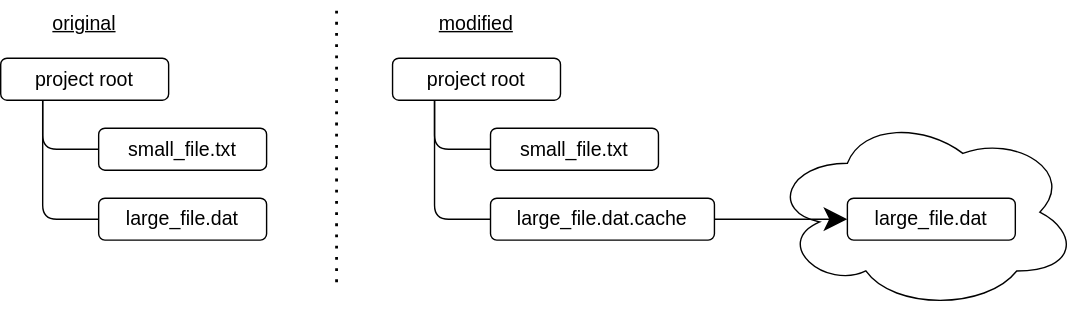
gvwilson/sdxpy keeps this draw.io diagram as docs/cache/cache_architecture.svg. Above is the earlier version. Source tidied: cells renumbered, new cells last; positions are measured from the earlier drawing's top-left corner, leaving out a move shared by most shapes.
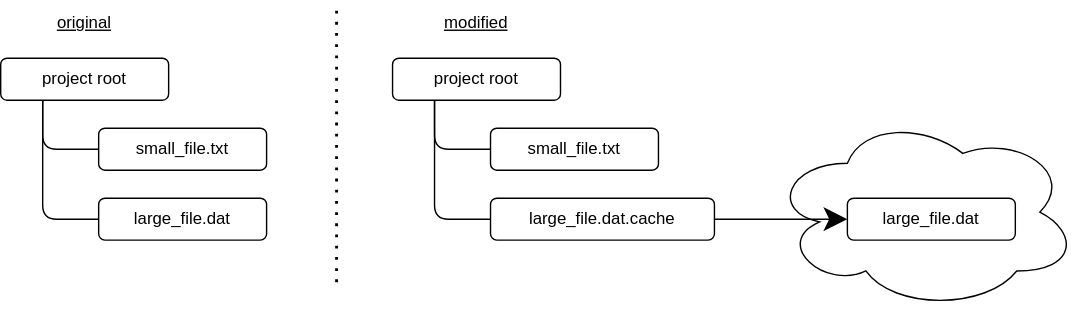
The same file after the commit.

Commit message:
tidying up diagrams and links

The edit, as a diff of the source:
```diff
@@ -2,71 +2,71 @@
   <root>
     <mxCell id="0" />
     <mxCell id="1" parent="0" />
-    <mxCell id="2" value="&lt;u style=&quot;font-size: 14px;&quot;&gt;original&lt;/u&gt;" style="text;html=1;strokeColor=none;fillColor=none;align=center;verticalAlign=middle;whiteSpace=wrap;rounded=0;hachureGap=4;fontFamily=Helvetica;fontSize=14;" parent="1" vertex="1">
+    <mxCell id="2" value="&lt;u style=&quot;font-size: 12px;&quot;&gt;original&lt;/u&gt;" style="text;html=1;strokeColor=none;fillColor=none;align=center;verticalAlign=middle;whiteSpace=wrap;rounded=0;hachureGap=4;fontFamily=Helvetica;fontSize=12;" parent="1" vertex="1">
       <mxGeometry x="25" width="70" height="30" as="geometry" />
     </mxCell>
-    <mxCell id="3" value="project root" style="rounded=1;whiteSpace=wrap;html=1;hachureGap=4;fontFamily=Helvetica;fontSize=14;fillColor=none;" parent="1" vertex="1">
+    <mxCell id="3" value="project root" style="rounded=1;whiteSpace=wrap;html=1;hachureGap=4;fontFamily=Helvetica;fontSize=12;fillColor=none;" parent="1" vertex="1">
       <mxGeometry y="40" width="120" height="30" as="geometry" />
     </mxCell>
-    <mxCell id="4" value="small_file.txt" style="rounded=1;whiteSpace=wrap;html=1;hachureGap=4;fontFamily=Helvetica;fontSize=14;fillColor=none;" parent="1" vertex="1">
+    <mxCell id="4" value="small_file.txt" style="rounded=1;whiteSpace=wrap;html=1;hachureGap=4;fontFamily=Helvetica;fontSize=12;fillColor=none;" parent="1" vertex="1">
       <mxGeometry x="70" y="90" width="120" height="30" as="geometry" />
     </mxCell>
-    <mxCell id="5" value="large_file.dat" style="rounded=1;whiteSpace=wrap;html=1;hachureGap=4;fontFamily=Helvetica;fontSize=14;fillColor=none;" parent="1" vertex="1">
+    <mxCell id="5" value="large_file.dat" style="rounded=1;whiteSpace=wrap;html=1;hachureGap=4;fontFamily=Helvetica;fontSize=12;fillColor=none;" parent="1" vertex="1">
       <mxGeometry x="70" y="140" width="120" height="30" as="geometry" />
     </mxCell>
-    <mxCell id="6" style="endArrow=none;html=1;rounded=1;hachureGap=4;fontFamily=Helvetica;fontSize=14;startSize=14;endSize=14;sourcePerimeterSpacing=8;targetPerimeterSpacing=8;entryX=0.25;entryY=1;entryDx=0;entryDy=0;exitX=0;exitY=0.5;exitDx=0;exitDy=0;" parent="1" edge="1" source="4" target="3">
+    <mxCell id="6" style="endArrow=none;html=1;rounded=1;hachureGap=4;fontFamily=Helvetica;fontSize=12;startSize=14;endSize=14;sourcePerimeterSpacing=8;targetPerimeterSpacing=8;entryX=0.25;entryY=1;entryDx=0;entryDy=0;exitX=0;exitY=0.5;exitDx=0;exitDy=0;" parent="1" edge="1" source="4" target="3">
       <mxGeometry relative="1" as="geometry">
         <Array as="points">
           <mxPoint x="30" y="105" />
         </Array>
       </mxGeometry>
     </mxCell>
-    <mxCell id="7" style="endArrow=none;html=1;rounded=1;hachureGap=4;fontFamily=Helvetica;fontSize=14;startSize=14;endSize=14;sourcePerimeterSpacing=8;targetPerimeterSpacing=8;entryX=0.25;entryY=1;entryDx=0;entryDy=0;exitX=0;exitY=0.5;exitDx=0;exitDy=0;" parent="1" edge="1" source="5" target="3">
+    <mxCell id="7" style="endArrow=none;html=1;rounded=1;hachureGap=4;fontFamily=Helvetica;fontSize=12;startSize=14;endSize=14;sourcePerimeterSpacing=8;targetPerimeterSpacing=8;entryX=0.25;entryY=1;entryDx=0;entryDy=0;exitX=0;exitY=0.5;exitDx=0;exitDy=0;" parent="1" edge="1" source="5" target="3">
       <mxGeometry relative="1" as="geometry">
         <Array as="points">
           <mxPoint x="30" y="155" />
         </Array>
       </mxGeometry>
     </mxCell>
-    <mxCell id="8" value="&lt;u style=&quot;font-size: 14px;&quot;&gt;modified&lt;/u&gt;" style="text;html=1;strokeColor=none;fillColor=none;align=center;verticalAlign=middle;whiteSpace=wrap;rounded=0;hachureGap=4;fontFamily=Helvetica;fontSize=14;" parent="1" vertex="1">
+    <mxCell id="8" value="&lt;u style=&quot;font-size: 12px;&quot;&gt;modified&lt;/u&gt;" style="text;html=1;strokeColor=none;fillColor=none;align=center;verticalAlign=middle;whiteSpace=wrap;rounded=0;hachureGap=4;fontFamily=Helvetica;fontSize=12;" parent="1" vertex="1">
       <mxGeometry x="305" width="70" height="30" as="geometry" />
     </mxCell>
-    <mxCell id="9" value="project root" style="rounded=1;whiteSpace=wrap;html=1;hachureGap=4;fontFamily=Helvetica;fontSize=14;fillColor=none;" parent="1" vertex="1">
+    <mxCell id="9" value="project root" style="rounded=1;whiteSpace=wrap;html=1;hachureGap=4;fontFamily=Helvetica;fontSize=12;fillColor=none;" parent="1" vertex="1">
       <mxGeometry x="280" y="40" width="120" height="30" as="geometry" />
     </mxCell>
-    <mxCell id="10" value="small_file.txt" style="rounded=1;whiteSpace=wrap;html=1;hachureGap=4;fontFamily=Helvetica;fontSize=14;fillColor=none;" parent="1" vertex="1">
+    <mxCell id="10" value="small_file.txt" style="rounded=1;whiteSpace=wrap;html=1;hachureGap=4;fontFamily=Helvetica;fontSize=12;fillColor=none;" parent="1" vertex="1">
       <mxGeometry x="350" y="90" width="120" height="30" as="geometry" />
     </mxCell>
-    <mxCell id="11" value="large_file.dat.cache" style="rounded=1;whiteSpace=wrap;html=1;hachureGap=4;fontFamily=Helvetica;fontSize=14;fillColor=none;" parent="1" vertex="1">
+    <mxCell id="11" value="large_file.dat.cache" style="rounded=1;whiteSpace=wrap;html=1;hachureGap=4;fontFamily=Helvetica;fontSize=12;fillColor=none;" parent="1" vertex="1">
       <mxGeometry x="350" y="140" width="160" height="30" as="geometry" />
     </mxCell>
-    <mxCell id="12" style="endArrow=none;html=1;rounded=1;hachureGap=4;fontFamily=Helvetica;fontSize=14;startSize=14;endSize=14;sourcePerimeterSpacing=8;targetPerimeterSpacing=8;entryX=0.25;entryY=1;entryDx=0;entryDy=0;exitX=0;exitY=0.5;exitDx=0;exitDy=0;" parent="1" edge="1" source="10" target="9">
+    <mxCell id="12" style="endArrow=none;html=1;rounded=1;hachureGap=4;fontFamily=Helvetica;fontSize=12;startSize=14;endSize=14;sourcePerimeterSpacing=8;targetPerimeterSpacing=8;entryX=0.25;entryY=1;entryDx=0;entryDy=0;exitX=0;exitY=0.5;exitDx=0;exitDy=0;" parent="1" edge="1" source="10" target="9">
       <mxGeometry relative="1" as="geometry">
         <Array as="points">
           <mxPoint x="310" y="105" />
         </Array>
       </mxGeometry>
     </mxCell>
-    <mxCell id="13" style="endArrow=none;html=1;rounded=1;hachureGap=4;fontFamily=Helvetica;fontSize=14;startSize=14;endSize=14;sourcePerimeterSpacing=8;targetPerimeterSpacing=8;entryX=0.25;entryY=1;entryDx=0;entryDy=0;exitX=0;exitY=0.5;exitDx=0;exitDy=0;" parent="1" edge="1" source="11" target="9">
+    <mxCell id="13" style="endArrow=none;html=1;rounded=1;hachureGap=4;fontFamily=Helvetica;fontSize=12;startSize=14;endSize=14;sourcePerimeterSpacing=8;targetPerimeterSpacing=8;entryX=0.25;entryY=1;entryDx=0;entryDy=0;exitX=0;exitY=0.5;exitDx=0;exitDy=0;" parent="1" edge="1" source="11" target="9">
       <mxGeometry relative="1" as="geometry">
         <Array as="points">
           <mxPoint x="310" y="155" />
         </Array>
       </mxGeometry>
     </mxCell>
-    <mxCell id="14" style="ellipse;shape=cloud;whiteSpace=wrap;html=1;rounded=1;hachureGap=4;fontFamily=Helvetica;fontSize=14;fillColor=none;" parent="1" vertex="1">
+    <mxCell id="14" style="ellipse;shape=cloud;whiteSpace=wrap;html=1;rounded=1;hachureGap=4;fontFamily=Helvetica;fontSize=12;fillColor=none;" parent="1" vertex="1">
       <mxGeometry x="550" y="80" width="220" height="140" as="geometry" />
     </mxCell>
-    <mxCell id="15" style="endArrow=none;dashed=1;html=1;dashPattern=1 3;strokeWidth=2;rounded=1;hachureGap=4;fontFamily=Helvetica;fontSize=14;startSize=14;endSize=14;sourcePerimeterSpacing=8;targetPerimeterSpacing=8;" parent="1" edge="1">
+    <mxCell id="15" style="endArrow=none;dashed=1;html=1;dashPattern=1 3;strokeWidth=2;rounded=1;hachureGap=4;fontFamily=Helvetica;fontSize=12;startSize=14;endSize=14;sourcePerimeterSpacing=8;targetPerimeterSpacing=8;" parent="1" edge="1">
       <mxGeometry relative="1" as="geometry">
         <mxPoint x="240" y="200" as="sourcePoint" />
         <mxPoint x="240" as="targetPoint" />
       </mxGeometry>
     </mxCell>
-    <mxCell id="16" value="large_file.dat" style="rounded=1;whiteSpace=wrap;html=1;hachureGap=4;fontFamily=Helvetica;fontSize=14;fillColor=none;" parent="1" vertex="1">
+    <mxCell id="16" value="large_file.dat" style="rounded=1;whiteSpace=wrap;html=1;hachureGap=4;fontFamily=Helvetica;fontSize=12;fillColor=none;" parent="1" vertex="1">
       <mxGeometry x="605" y="140" width="120" height="30" as="geometry" />
     </mxCell>
-    <mxCell id="17" style="endArrow=classic;html=1;rounded=1;hachureGap=4;fontFamily=Helvetica;fontSize=14;startSize=14;endSize=14;sourcePerimeterSpacing=8;targetPerimeterSpacing=8;entryX=0;entryY=0.5;entryDx=0;entryDy=0;exitX=1;exitY=0.5;exitDx=0;exitDy=0;" parent="1" edge="1" source="11" target="16">
+    <mxCell id="17" style="endArrow=classic;html=1;rounded=1;hachureGap=4;fontFamily=Helvetica;fontSize=12;startSize=14;endSize=14;sourcePerimeterSpacing=8;targetPerimeterSpacing=8;entryX=0;entryY=0.5;entryDx=0;entryDy=0;exitX=1;exitY=0.5;exitDx=0;exitDy=0;" parent="1" edge="1" source="11" target="16">
       <mxGeometry relative="1" as="geometry" />
     </mxCell>
   </root>
```
